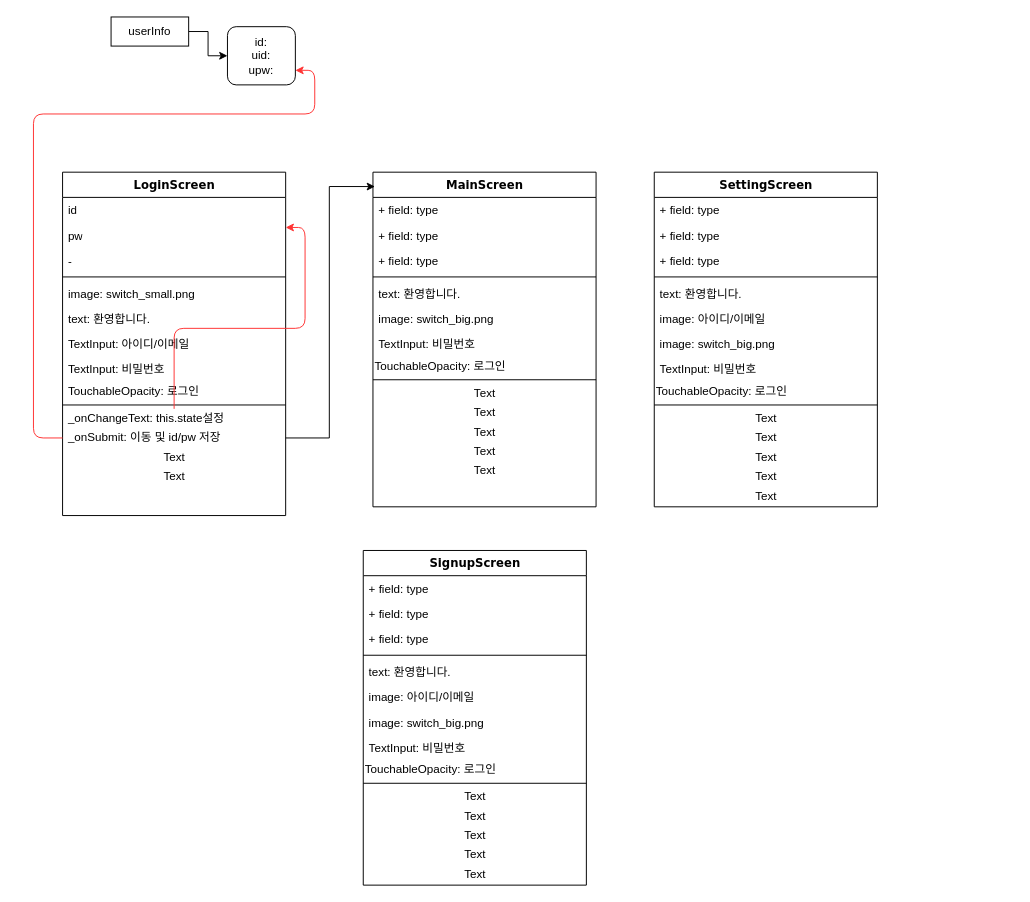
The draw.io diagram AppFlowChart.drawio in OldBegin/idiaFactory_RemoteSwitch_re, before the edit. Source tidied: cells renumbered, new cells numbered last; positions are measured from the earlier drawing's top-left corner, leaving out a move shared by most shapes. Both pictures are drawn from the tidied source at 97%, with x=0, y=0 at pixel (33, 16).
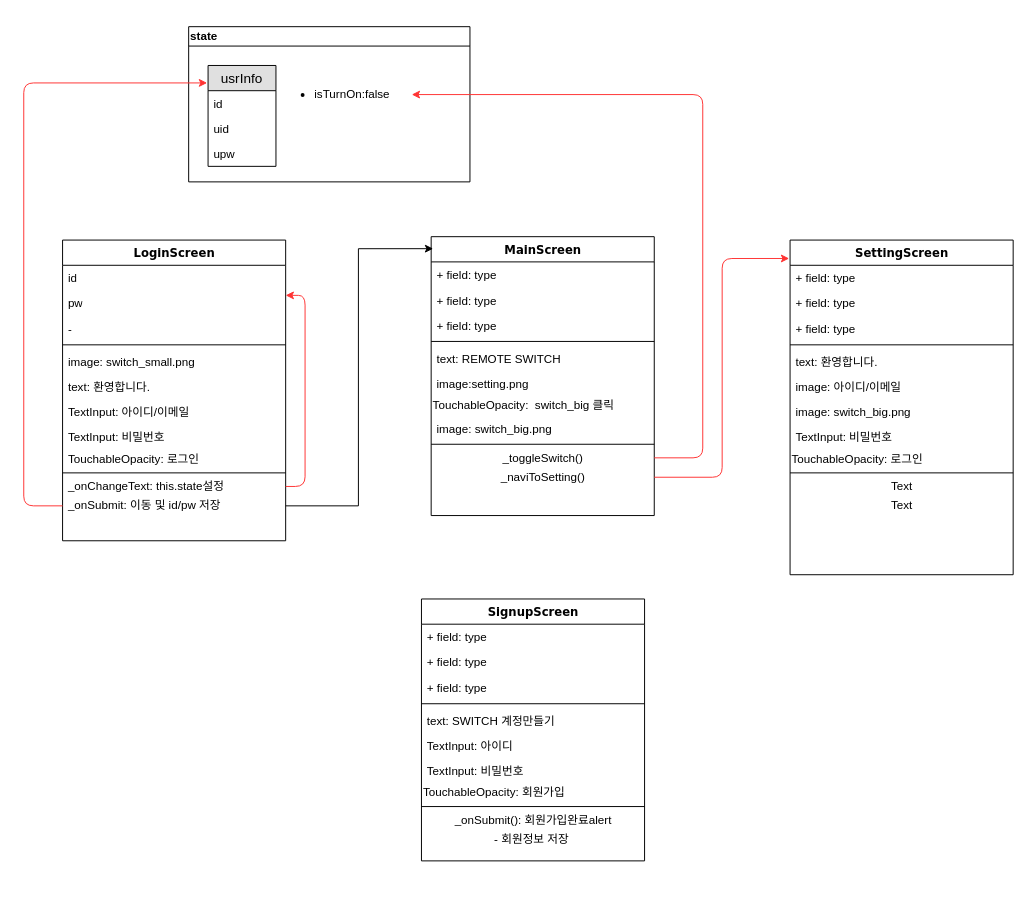
Above is the later version.

The change refers to these unchanged cells:
```xml
<mxCell id="4" value="pw" style="text;html=1;strokeColor=none;fillColor=none;align=left;verticalAlign=top;spacingLeft=4;spacingRight=4;whiteSpace=wrap;overflow=hidden;points=[[0,0.5],[1,0.5]];portConstraint=eastwest;" parent="2" vertex="1">
  <mxGeometry y="52" width="230" height="26" as="geometry" />
</mxCell>
<mxCell id="14" value="_onChangeText: this.state설정" style="text;html=1;align=left;verticalAlign=middle;points=[];fillColor=none;strokeColor=none;rounded=0;spacingLeft=4;" parent="2" vertex="1">
  <mxGeometry y="244" width="230" height="20" as="geometry" />
</mxCell>
```

The edit, as a diff of the source:
```diff
@@
     <mxCell id="2" value="LoginScreen" style="swimlane;html=1;fontStyle=1;align=center;verticalAlign=top;horizontal=1;startSize=26;swimlaneFillColor=#ffffff;rounded=0;shadow=0;comic=0;labelBackgroundColor=none;strokeWidth=1;fillColor=none;fontFamily=Verdana;fontSize=12;" parent="1" vertex="1">
-      <mxGeometry x="30" y="160" width="230" height="354" as="geometry" />
+      <mxGeometry x="30" y="230" width="230" height="310" as="geometry" />
     </mxCell>
@@
     <mxCell id="13" style="edgeStyle=orthogonalEdgeStyle;rounded=1;jettySize=auto;html=1;entryX=1;entryY=0.192;entryDx=0;entryDy=0;entryPerimeter=0;strokeColor=#FF3333;" parent="2" edge="1" source="14" target="4">
-      <mxGeometry relative="1" as="geometry" />
+      <mxGeometry relative="1" as="geometry">
+        <Array as="points">
+          <mxPoint x="250" y="254" />
+          <mxPoint x="250" y="57" />
+        </Array>
+      </mxGeometry>
     </mxCell>
@@
-    <mxCell id="15" value="_onSubmit: 이동 및 id/pw 저장" style="text;html=1;align=left;verticalAlign=middle;points=[];fillColor=none;strokeColor=none;rounded=0;spacingLeft=4;" parent="2" vertex="1">
+    <mxCell id="15" value="_onSubmit: 이동 및 id/pw 저장" style="text;html=1;align=left;verticalAlign=middle;points=[];fillColor=none;strokeColor=none;rounded=0;spacingLeft=4;spacingTop=2;spacingBottom=2;" parent="2" vertex="1">
       <mxGeometry y="264" width="230" height="20" as="geometry" />
     </mxCell>
-    <mxCell id="16" value="Text" style="text;html=1;align=center;verticalAlign=middle;fillColor=none;strokeColor=none;rounded=0;" parent="2" vertex="1">
-      <mxGeometry y="284" width="230" height="20" as="geometry" />
-    </mxCell>
-    <mxCell id="17" value="Text" style="text;html=1;align=center;verticalAlign=middle;fillColor=none;strokeColor=none;rounded=0;" parent="2" vertex="1">
-      <mxGeometry y="304" width="230" height="20" as="geometry" />
-    </mxCell>
-    <mxCell id="18" style="edgeStyle=orthogonalEdgeStyle;rounded=0;jettySize=auto;html=1;exitX=1;exitY=0.5;exitDx=0;exitDy=0;entryX=0;entryY=0.5;entryDx=0;entryDy=0;" parent="1" edge="1" source="19" target="20">
-      <mxGeometry relative="1" as="geometry" />
-    </mxCell>
-    <mxCell id="19" value="userInfo" style="rounded=0;whiteSpace=wrap;html=1;" parent="1" vertex="1">
-      <mxGeometry x="80" width="80" height="30" as="geometry" />
-    </mxCell>
-    <mxCell id="20" value="id:&lt;br&gt;uid:&lt;br&gt;upw:&lt;br&gt;" style="rounded=1;whiteSpace=wrap;html=1;" parent="1" vertex="1">
-      <mxGeometry x="200" y="10" width="70" height="60" as="geometry" />
-    </mxCell>
     <mxCell id="21" value="MainScreen" style="swimlane;html=1;fontStyle=1;align=center;verticalAlign=top;horizontal=1;startSize=26;swimlaneFillColor=#ffffff;rounded=0;shadow=0;comic=0;labelBackgroundColor=none;strokeWidth=1;fillColor=none;fontFamily=Verdana;fontSize=12;" parent="1" vertex="1">
-      <mxGeometry x="350" y="160" width="230" height="345" as="geometry" />
+      <mxGeometry x="410" y="226.5" width="230" height="287.5" as="geometry" />
     </mxCell>
@@
-    <mxCell id="26" value="text: 환영합니다." style="text;html=1;strokeColor=none;fillColor=none;align=left;verticalAlign=top;spacingLeft=4;spacingRight=4;whiteSpace=wrap;overflow=hidden;" parent="21" vertex="1">
+    <mxCell id="26" value="text: REMOTE SWITCH" style="text;html=1;strokeColor=none;fillColor=none;align=left;verticalAlign=top;spacingLeft=4;spacingRight=4;whiteSpace=wrap;overflow=hidden;" parent="21" vertex="1">
       <mxGeometry y="112" width="230" height="26" as="geometry" />
     </mxCell>
-    <mxCell id="27" value="image: switch_big.png" style="text;html=1;strokeColor=none;fillColor=none;align=left;verticalAlign=top;spacingLeft=4;spacingRight=4;whiteSpace=wrap;overflow=hidden;" parent="21" vertex="1">
+    <mxCell id="27" value="image:setting.png" style="text;html=1;strokeColor=none;fillColor=none;align=left;verticalAlign=top;spacingLeft=4;spacingRight=4;whiteSpace=wrap;overflow=hidden;" parent="21" vertex="1">
       <mxGeometry y="138" width="230" height="26" as="geometry" />
     </mxCell>
+    <mxCell id="29" value="TouchableOpacity:&amp;nbsp; switch_big 클릭" style="text;html=1;align=left;verticalAlign=middle;fillColor=none;strokeColor=none;rounded=0;" parent="21" vertex="1">
+      <mxGeometry y="164" width="230" height="20" as="geometry" />
+    </mxCell>
-    <mxCell id="28" value="TextInput: 비밀번호" style="text;html=1;strokeColor=none;fillColor=none;align=left;verticalAlign=top;spacingLeft=4;spacingRight=4;whiteSpace=wrap;overflow=hidden;" parent="21" vertex="1">
-      <mxGeometry y="164" width="230" height="26" as="geometry" />
+    <mxCell id="28" value="image: switch_big.png&amp;nbsp;" style="text;html=1;strokeColor=none;fillColor=none;align=left;verticalAlign=top;spacingLeft=4;spacingRight=4;whiteSpace=wrap;overflow=hidden;" parent="21" vertex="1">
+      <mxGeometry y="184" width="230" height="26" as="geometry" />
     </mxCell>
-    <mxCell id="29" value="TouchableOpacity: 로그인" style="text;html=1;align=left;verticalAlign=middle;fillColor=none;strokeColor=none;rounded=0;" parent="21" vertex="1">
-      <mxGeometry y="190" width="230" height="20" as="geometry" />
-    </mxCell>
@@
-    <mxCell id="31" value="Text" style="text;html=1;align=center;verticalAlign=middle;points=[];fillColor=none;strokeColor=none;rounded=0;" parent="21" vertex="1">
+    <mxCell id="31" value="_toggleSwitch()" style="text;html=1;align=center;verticalAlign=middle;points=[];fillColor=none;strokeColor=none;rounded=0;" parent="21" vertex="1">
       <mxGeometry y="218" width="230" height="20" as="geometry" />
     </mxCell>
-    <mxCell id="32" value="Text" style="text;html=1;align=center;verticalAlign=middle;points=[];fillColor=none;strokeColor=none;rounded=0;" parent="21" vertex="1">
+    <mxCell id="32" value="_naviToSetting()" style="text;html=1;align=center;verticalAlign=middle;points=[];fillColor=none;strokeColor=none;rounded=0;" parent="21" vertex="1">
       <mxGeometry y="238" width="230" height="20" as="geometry" />
     </mxCell>
-    <mxCell id="33" value="Text" style="text;html=1;align=center;verticalAlign=middle;fillColor=none;strokeColor=none;rounded=0;" parent="21" vertex="1">
-      <mxGeometry y="258" width="230" height="20" as="geometry" />
-    </mxCell>
-    <mxCell id="34" value="Text" style="text;html=1;align=center;verticalAlign=middle;fillColor=none;strokeColor=none;rounded=0;" parent="21" vertex="1">
-      <mxGeometry y="278" width="230" height="20" as="geometry" />
-    </mxCell>
-    <mxCell id="35" value="Text" style="text;html=1;align=center;verticalAlign=middle;fillColor=none;strokeColor=none;rounded=0;" parent="21" vertex="1">
-      <mxGeometry y="298" width="230" height="20" as="geometry" />
-    </mxCell>
     <mxCell id="36" value="SettingScreen" style="swimlane;html=1;fontStyle=1;align=center;verticalAlign=top;horizontal=1;startSize=26;swimlaneFillColor=#ffffff;rounded=0;shadow=0;comic=0;labelBackgroundColor=none;strokeWidth=1;fillColor=none;fontFamily=Verdana;fontSize=12;" parent="1" vertex="1">
-      <mxGeometry x="640" y="160" width="230" height="345" as="geometry" />
+      <mxGeometry x="780" y="230" width="230" height="345" as="geometry" />
     </mxCell>
@@
-    <mxCell id="49" value="Text" style="text;html=1;align=center;verticalAlign=middle;fillColor=none;strokeColor=none;rounded=0;" parent="36" vertex="1">
-      <mxGeometry y="284" width="230" height="20" as="geometry" />
-    </mxCell>
-    <mxCell id="50" value="Text" style="text;html=1;align=center;verticalAlign=middle;fillColor=none;strokeColor=none;rounded=0;" parent="36" vertex="1">
-      <mxGeometry y="304" width="230" height="20" as="geometry" />
-    </mxCell>
-    <mxCell id="51" value="Text" style="text;html=1;align=center;verticalAlign=middle;fillColor=none;strokeColor=none;rounded=0;" parent="36" vertex="1">
-      <mxGeometry y="324" width="230" height="20" as="geometry" />
-    </mxCell>
     <mxCell id="52" value="SignupScreen" style="swimlane;html=1;fontStyle=1;align=center;verticalAlign=top;horizontal=1;startSize=26;swimlaneFillColor=#ffffff;rounded=0;shadow=0;comic=0;labelBackgroundColor=none;strokeWidth=1;fillColor=none;fontFamily=Verdana;fontSize=12;" parent="1" vertex="1">
-      <mxGeometry x="340" y="550" width="230" height="345" as="geometry" />
+      <mxGeometry x="400" y="600" width="230" height="270" as="geometry" />
     </mxCell>
@@
-    <mxCell id="57" value="text: 환영합니다." style="text;html=1;strokeColor=none;fillColor=none;align=left;verticalAlign=top;spacingLeft=4;spacingRight=4;whiteSpace=wrap;overflow=hidden;" parent="52" vertex="1">
+    <mxCell id="57" value="text: SWITCH 계정만들기" style="text;html=1;strokeColor=none;fillColor=none;align=left;verticalAlign=top;spacingLeft=4;spacingRight=4;whiteSpace=wrap;overflow=hidden;" parent="52" vertex="1">
       <mxGeometry y="112" width="230" height="26" as="geometry" />
     </mxCell>
-    <mxCell id="58" value="image: 아이디/이메일" style="text;html=1;strokeColor=none;fillColor=none;align=left;verticalAlign=top;spacingLeft=4;spacingRight=4;whiteSpace=wrap;overflow=hidden;" parent="52" vertex="1">
-      <mxGeometry y="138" width="230" height="26" as="geometry" />
-    </mxCell>
-    <mxCell id="59" value="image: switch_big.png" style="text;html=1;strokeColor=none;fillColor=none;align=left;verticalAlign=top;spacingLeft=4;spacingRight=4;whiteSpace=wrap;overflow=hidden;" parent="52" vertex="1">
-      <mxGeometry y="164" width="230" height="26" as="geometry" />
+    <mxCell id="59" value="TextInput: 아이디" style="text;html=1;strokeColor=none;fillColor=none;align=left;verticalAlign=top;spacingLeft=4;spacingRight=4;whiteSpace=wrap;overflow=hidden;" parent="52" vertex="1">
+      <mxGeometry y="138" width="230" height="26" as="geometry" />
     </mxCell>
     <mxCell id="60" value="TextInput: 비밀번호" style="text;html=1;strokeColor=none;fillColor=none;align=left;verticalAlign=top;spacingLeft=4;spacingRight=4;whiteSpace=wrap;overflow=hidden;" parent="52" vertex="1">
-      <mxGeometry y="190" width="230" height="26" as="geometry" />
+      <mxGeometry y="164" width="230" height="26" as="geometry" />
     </mxCell>
-    <mxCell id="61" value="TouchableOpacity: 로그인" style="text;html=1;align=left;verticalAlign=middle;fillColor=none;strokeColor=none;rounded=0;" parent="52" vertex="1">
-      <mxGeometry y="216" width="230" height="20" as="geometry" />
+    <mxCell id="61" value="TouchableOpacity: 회원가입" style="text;html=1;align=left;verticalAlign=middle;fillColor=none;strokeColor=none;rounded=0;" parent="52" vertex="1">
+      <mxGeometry y="190" width="230" height="20" as="geometry" />
     </mxCell>
     <mxCell id="62" style="line;html=1;strokeWidth=1;fillColor=none;align=left;verticalAlign=middle;spacingTop=-1;spacingLeft=3;spacingRight=3;labelPosition=right;" parent="52" vertex="1">
-      <mxGeometry y="236" width="230" height="8" as="geometry" />
+      <mxGeometry y="210" width="230" height="8" as="geometry" />
     </mxCell>
-    <mxCell id="63" value="Text" style="text;html=1;align=center;verticalAlign=middle;fillColor=none;strokeColor=none;rounded=0;" parent="52" vertex="1">
-      <mxGeometry y="244" width="230" height="20" as="geometry" />
+    <mxCell id="63" value="_onSubmit(): 회원가입완료alert" style="text;html=1;align=center;verticalAlign=middle;fillColor=none;strokeColor=none;rounded=0;" parent="52" vertex="1">
+      <mxGeometry y="218" width="230" height="20" as="geometry" />
     </mxCell>
-    <mxCell id="64" value="Text" style="text;html=1;align=center;verticalAlign=middle;fillColor=none;strokeColor=none;rounded=0;" parent="52" vertex="1">
-      <mxGeometry y="264" width="230" height="20" as="geometry" />
+    <mxCell id="64" value="&amp;nbsp;- 회원정보 저장&amp;nbsp;&amp;nbsp;" style="text;html=1;align=center;verticalAlign=middle;fillColor=none;strokeColor=none;rounded=0;" parent="52" vertex="1">
+      <mxGeometry y="238" width="230" height="20" as="geometry" />
     </mxCell>
-    <mxCell id="65" value="Text" style="text;html=1;align=center;verticalAlign=middle;fillColor=none;strokeColor=none;rounded=0;" parent="52" vertex="1">
-      <mxGeometry y="284" width="230" height="20" as="geometry" />
-    </mxCell>
-    <mxCell id="66" value="Text" style="text;html=1;align=center;verticalAlign=middle;fillColor=none;strokeColor=none;rounded=0;" parent="52" vertex="1">
-      <mxGeometry y="304" width="230" height="20" as="geometry" />
-    </mxCell>
-    <mxCell id="67" value="Text" style="text;html=1;align=center;verticalAlign=middle;fillColor=none;strokeColor=none;rounded=0;" parent="52" vertex="1">
-      <mxGeometry y="324" width="230" height="20" as="geometry" />
-    </mxCell>
@@
-    <mxCell id="69" style="edgeStyle=orthogonalEdgeStyle;rounded=1;jettySize=auto;html=1;entryX=1;entryY=0.75;entryDx=0;entryDy=0;strokeColor=#FF3333;" parent="1" edge="1" source="15" target="20">
-      <mxGeometry relative="1" as="geometry">
-        <Array as="points">
-          <mxPoint y="434" />
-          <mxPoint y="100" />
-          <mxPoint x="290" y="100" />
-          <mxPoint x="290" y="55" />
-        </Array>
-      </mxGeometry>
-    </mxCell>
+    <mxCell id="70" value="state" style="swimlane;html=1;startSize=20;horizontal=1;containerType=tree;align=left;" parent="1" vertex="1">
+      <mxGeometry x="160" y="10" width="290" height="160" as="geometry" />
+    </mxCell>
+    <mxCell id="71" value="usrInfo" style="swimlane;fontStyle=0;horizontal=1;startSize=26;fillColor=#e0e0e0;swimlaneFillColor=#ffffff;align=center;fontSize=14;" parent="70" vertex="1">
+      <mxGeometry x="20" y="40" width="70" height="104" as="geometry" />
+    </mxCell>
+    <mxCell id="72" value="id" style="text;strokeColor=none;fillColor=none;spacingLeft=4;spacingRight=4;overflow=hidden;fontSize=12;" parent="71" vertex="1">
+      <mxGeometry y="26" width="70" height="26" as="geometry" />
+    </mxCell>
+    <mxCell id="73" value="uid" style="text;strokeColor=none;fillColor=none;spacingLeft=4;spacingRight=4;overflow=hidden;fontSize=12;" parent="71" vertex="1">
+      <mxGeometry y="52" width="70" height="26" as="geometry" />
+    </mxCell>
+    <mxCell id="74" value="upw" style="text;strokeColor=none;fillColor=none;spacingLeft=4;spacingRight=4;overflow=hidden;fontSize=12;" parent="71" vertex="1">
+      <mxGeometry y="78" width="70" height="26" as="geometry" />
+    </mxCell>
+    <mxCell id="75" value="&lt;ul&gt;&lt;li&gt;isTurnOn:false&lt;/li&gt;&lt;/ul&gt;" style="text;strokeColor=none;fillColor=none;html=1;whiteSpace=wrap;verticalAlign=middle;overflow=hidden;align=left;spacing=0;" parent="70" vertex="1">
+      <mxGeometry x="90" y="30" width="140" height="80" as="geometry" />
+    </mxCell>
+    <mxCell id="76" style="edgeStyle=orthogonalEdgeStyle;rounded=1;jettySize=auto;html=1;entryX=-0.014;entryY=0.173;entryDx=0;entryDy=0;entryPerimeter=0;strokeColor=#FF3333;" parent="1" edge="1" source="15" target="71">
+      <mxGeometry relative="1" as="geometry">
+        <Array as="points">
+          <mxPoint x="-10" y="504" />
+          <mxPoint x="-10" y="68" />
+        </Array>
+      </mxGeometry>
+    </mxCell>
+    <mxCell id="77" style="edgeStyle=orthogonalEdgeStyle;rounded=1;jettySize=auto;html=1;entryX=1;entryY=0.5;entryDx=0;entryDy=0;strokeColor=#FF3333;" parent="1" edge="1" source="31" target="75">
+      <mxGeometry relative="1" as="geometry">
+        <Array as="points">
+          <mxPoint x="690" y="455" />
+          <mxPoint x="690" y="80" />
+        </Array>
+      </mxGeometry>
+    </mxCell>
+    <mxCell id="78" style="edgeStyle=orthogonalEdgeStyle;rounded=1;jettySize=auto;html=1;entryX=-0.004;entryY=0.055;entryDx=0;entryDy=0;entryPerimeter=0;strokeColor=#FF3333;" parent="1" edge="1" source="32" target="36">
+      <mxGeometry relative="1" as="geometry" />
+    </mxCell>
```
